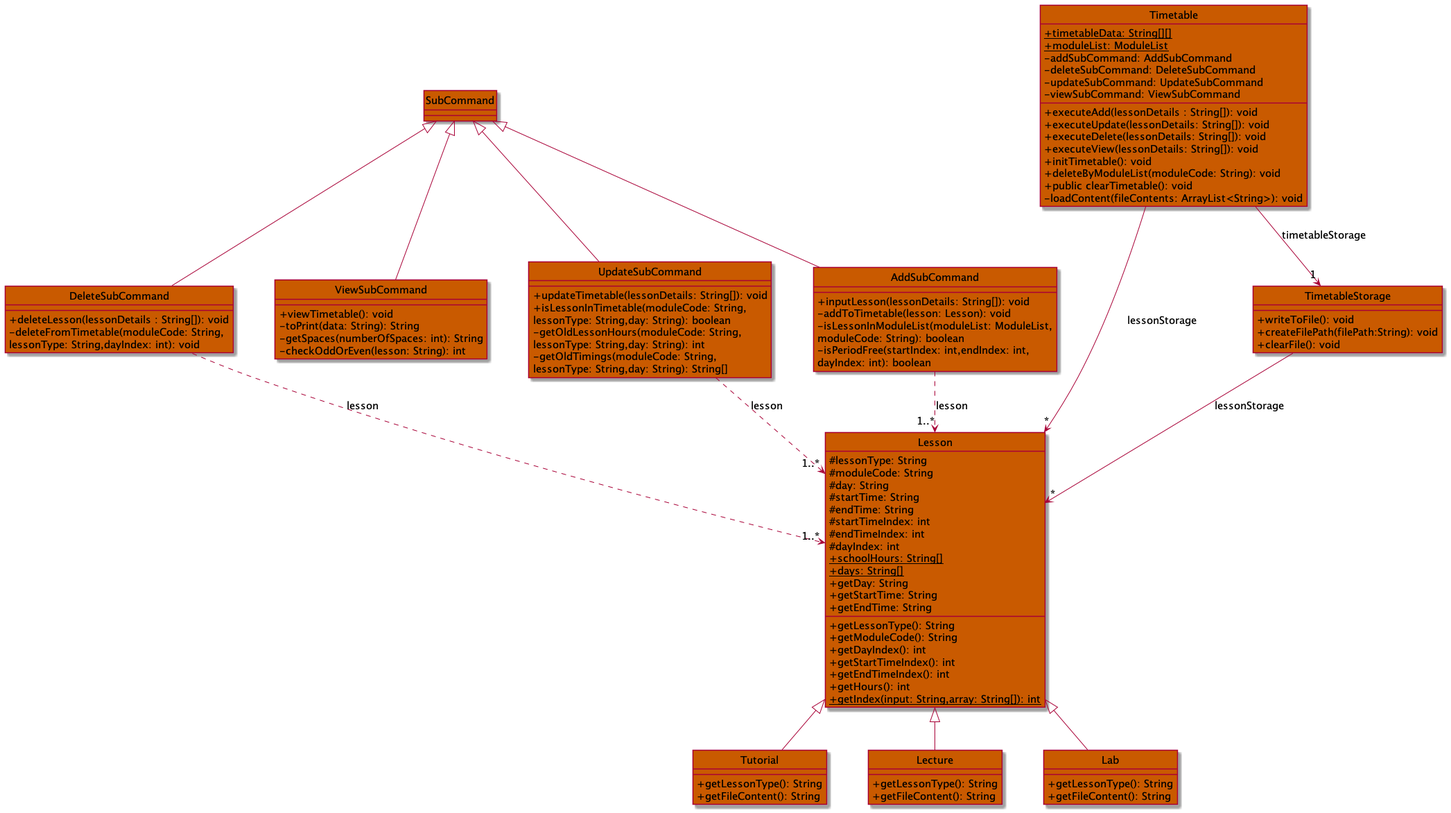
Before: docs/assets/images/TimetableClassDiagram.png, a diagram exported from PlantUML (shyamgj1900/tp). Source of this version:
```plantuml
@startuml

!include Style.puml

hide circle

class SubCommand
class Timetable
class DeleteSubCommand
class ViewSubCommand
class UpdateSubCommand
class AddSubCommand
class Lesson
class Tutorial
class Lecture
class Lab
class TimetableStorage


SubCommand ^-- DeleteSubCommand
SubCommand ^-- ViewSubCommand
SubCommand ^-- AddSubCommand
SubCommand ^-- UpdateSubCommand

Lesson ^-- Lecture
Lesson ^-- Tutorial
Lesson ^-- Lab

AddSubCommand ..> "1..*" Lesson : lesson
DeleteSubCommand ..> "1..*" Lesson : lesson
UpdateSubCommand ..> "1..*" Lesson : lesson
Timetable --> "1" TimetableStorage : timetableStorage
Timetable --> "*" Lesson : lessonStorage

TimetableStorage --> "*" Lesson : lessonStorage

class Timetable TIMETABLE_COLOR {
    + {static} timetableData: String[][]
    + {static} moduleList: ModuleList
    - addSubCommand: AddSubCommand
    - deleteSubCommand: DeleteSubCommand
    - updateSubCommand: UpdateSubCommand
    - viewSubCommand: ViewSubCommand
    + executeAdd(lessonDetails : String[]): void
    + executeUpdate(lessonDetails: String[]): void
    + executeDelete(lessonDetails: String[]): void
    + executeView(lessonDetails: String[]): void
    + initTimetable(): void
    + deleteByModuleList(moduleCode: String): void
    + public clearTimetable(): void
    - loadContent(fileContents: ArrayList<String>): void


}

class TimetableStorage TIMETABLE_COLOR {
    + writeToFile(): void
    + createFilePath(filePath:String): void
    + clearFile(): void
}

class AddSubCommand TIMETABLE_COLOR {
+ inputLesson(lessonDetails: String[]): void
- addToTimetable(lesson: Lesson): void
- isLessonInModuleList(moduleList: ModuleList,
   moduleCode: String): boolean
- isPeriodFree(startIndex: int,endIndex: int,
dayIndex: int): boolean
}

class DeleteSubCommand TIMETABLE_COLOR {
+ deleteLesson(lessonDetails : String[]): void
- deleteFromTimetable(moduleCode: String,
lessonType: String,dayIndex: int): void
}

class ViewSubCommand TIMETABLE_COLOR {
+ viewTimetable(): void
- toPrint(data: String): String
- getSpaces(numberOfSpaces: int): String
- checkOddOrEven(lesson: String): int
}

class UpdateSubCommand TIMETABLE_COLOR {
+ updateTimetable(lessonDetails: String[]): void
+ isLessonInTimetable(moduleCode: String,
lessonType: String,day: String): boolean
- getOldLessonHours(moduleCode: String,
lessonType: String,day: String): int
- getOldTimings(moduleCode: String,
lessonType: String,day: String): String[]
}

class Lesson TIMETABLE_COLOR {
    # lessonType: String
    # moduleCode: String
    # day: String
    # startTime: String
    # endTime: String
    # startTimeIndex: int
    # endTimeIndex: int
    # dayIndex: int
    + {static} schoolHours: String[]
    + {static} days: String[]
    + getLessonType(): String
    + getModuleCode(): String
    + getDayIndex(): int
    + getStartTimeIndex(): int
    + getEndTimeIndex(): int
    + getDay: String
    + getStartTime: String
    + getEndTime: String
    + getHours(): int
    + {static} getIndex(input: String,array: String[]): int
}

class Tutorial TIMETABLE_COLOR {
    + getLessonType(): String
    + getFileContent(): String
}

class Lecture TIMETABLE_COLOR {
    + getLessonType(): String
    + getFileContent(): String
}

class Lab TIMETABLE_COLOR {
    + getLessonType(): String
    + getFileContent(): String
}

class SubCommand TIMETABLE_COLOR {
}


@enduml
```
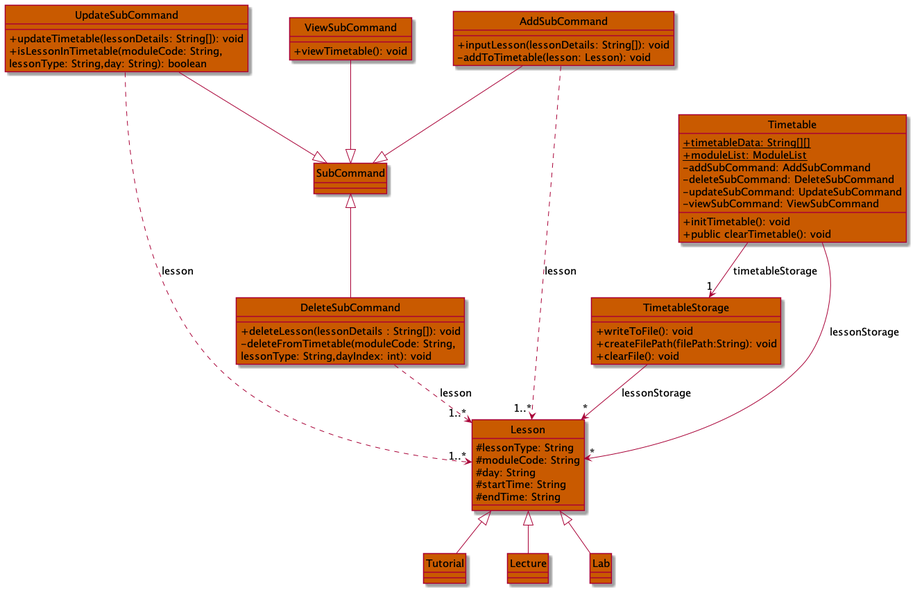
After the commit.

Commit message:
reformat timetable class diagram

The edit, as a diff of the source:
```diff
@@ -3,24 +3,24 @@
 !include Style.puml
 
 hide circle
+class UpdateSubCommand
+class ViewSubCommand
+class AddSubCommand
+class SubCommand
+class DeleteSubCommand
 
-class SubCommand
-class Timetable
-class DeleteSubCommand
-class ViewSubCommand
-class UpdateSubCommand
-class AddSubCommand
+
 class Lesson
 class Tutorial
 class Lecture
-class Lab
 class TimetableStorage
+class Timetable
 
 
 SubCommand ^-- DeleteSubCommand
-SubCommand ^-- ViewSubCommand
-SubCommand ^-- AddSubCommand
-SubCommand ^-- UpdateSubCommand
+ViewSubCommand --^ SubCommand
+AddSubCommand --^ SubCommand
+UpdateSubCommand --^ SubCommand
 
 Lesson ^-- Lecture
 Lesson ^-- Tutorial
@@ -41,14 +41,8 @@
     - deleteSubCommand: DeleteSubCommand
     - updateSubCommand: UpdateSubCommand
     - viewSubCommand: ViewSubCommand
-    + executeAdd(lessonDetails : String[]): void
-    + executeUpdate(lessonDetails: String[]): void
-    + executeDelete(lessonDetails: String[]): void
-    + executeView(lessonDetails: String[]): void
     + initTimetable(): void
-    + deleteByModuleList(moduleCode: String): void
     + public clearTimetable(): void
-    - loadContent(fileContents: ArrayList<String>): void
 
 
 }
@@ -59,13 +53,13 @@
     + clearFile(): void
 }
 
+class ViewSubCommand TIMETABLE_COLOR {
++ viewTimetable(): void
+}
+
 class AddSubCommand TIMETABLE_COLOR {
 + inputLesson(lessonDetails: String[]): void
 - addToTimetable(lesson: Lesson): void
-- isLessonInModuleList(moduleList: ModuleList,
-   moduleCode: String): boolean
-- isPeriodFree(startIndex: int,endIndex: int,
-dayIndex: int): boolean
 }
 
 class DeleteSubCommand TIMETABLE_COLOR {
@@ -74,21 +68,12 @@
 lessonType: String,dayIndex: int): void
 }
 
-class ViewSubCommand TIMETABLE_COLOR {
-+ viewTimetable(): void
-- toPrint(data: String): String
-- getSpaces(numberOfSpaces: int): String
-- checkOddOrEven(lesson: String): int
-}
+
 
 class UpdateSubCommand TIMETABLE_COLOR {
 + updateTimetable(lessonDetails: String[]): void
 + isLessonInTimetable(moduleCode: String,
 lessonType: String,day: String): boolean
-- getOldLessonHours(moduleCode: String,
-lessonType: String,day: String): int
-- getOldTimings(moduleCode: String,
-lessonType: String,day: String): String[]
 }
 
 class Lesson TIMETABLE_COLOR {
@@ -97,36 +82,15 @@
     # day: String
     # startTime: String
     # endTime: String
-    # startTimeIndex: int
-    # endTimeIndex: int
-    # dayIndex: int
-    + {static} schoolHours: String[]
-    + {static} days: String[]
-    + getLessonType(): String
-    + getModuleCode(): String
-    + getDayIndex(): int
-    + getStartTimeIndex(): int
-    + getEndTimeIndex(): int
-    + getDay: String
-    + getStartTime: String
-    + getEndTime: String
-    + getHours(): int
-    + {static} getIndex(input: String,array: String[]): int
 }
 
 class Tutorial TIMETABLE_COLOR {
-    + getLessonType(): String
-    + getFileContent(): String
 }
 
 class Lecture TIMETABLE_COLOR {
-    + getLessonType(): String
-    + getFileContent(): String
 }
 
 class Lab TIMETABLE_COLOR {
-    + getLessonType(): String
-    + getFileContent(): String
 }
 
 class SubCommand TIMETABLE_COLOR {
```
